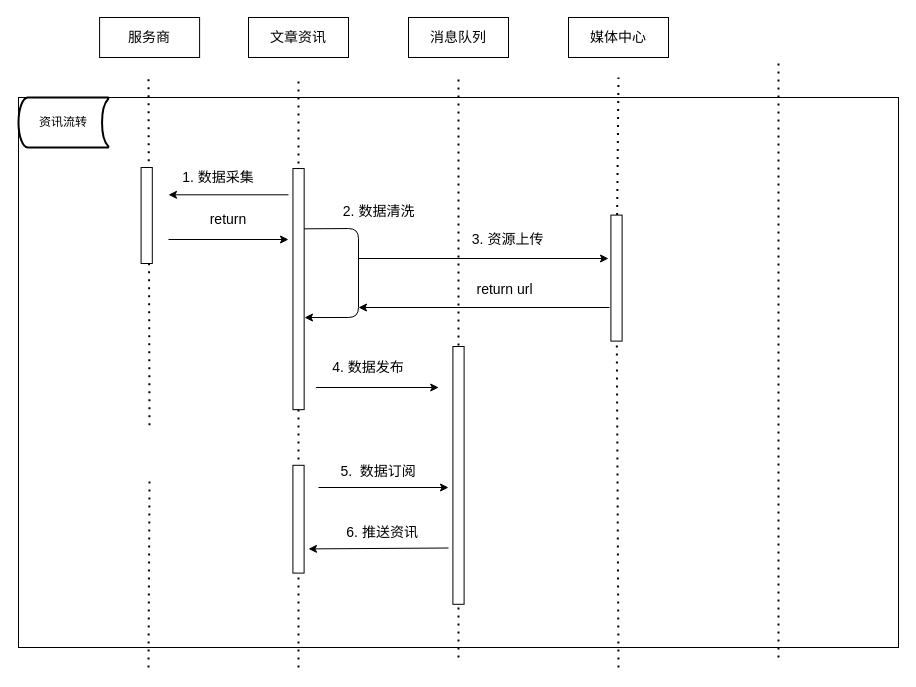
Earlier version of the draw.io diagram 资讯数据流转.drawio (JoinFyc/github-upload). Source tidied: cells renumbered, new cells numbered last; positions are measured from the earlier drawing's top-left corner, leaving out a move shared by most shapes. Both pictures are drawn from the tidied source at 100%, with x=0, y=0 at pixel (18, 17).
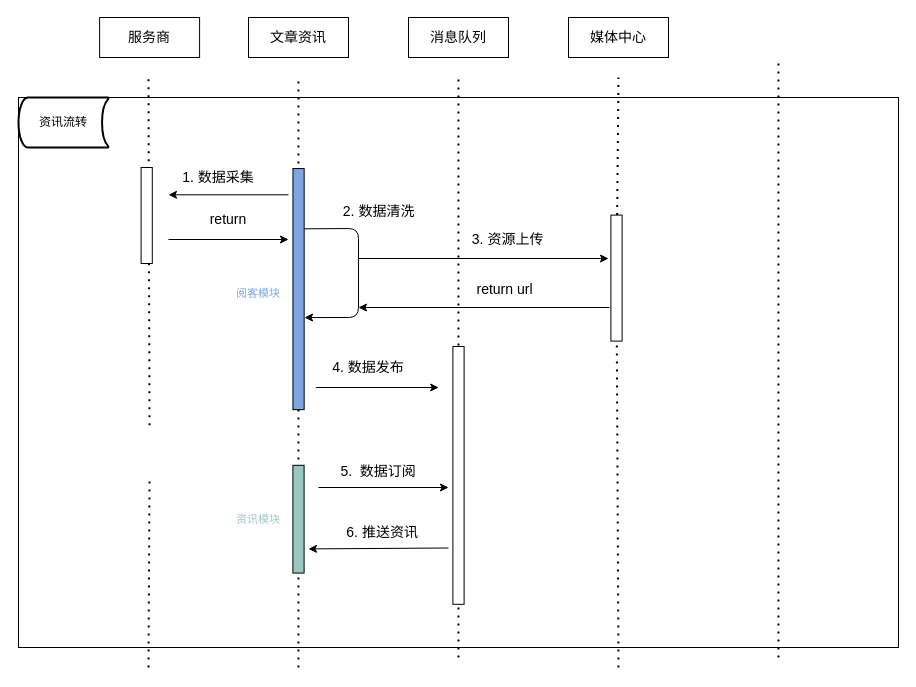
After the change.

Commit message (it also covers changes not shown here):
Update 资讯数据流转.drawio

Diff of the diagram source:
```diff
@@
-    <mxCell id="14" style="rounded=0;whiteSpace=wrap;html=1;rotation=-90;" parent="1" vertex="1">
+    <mxCell id="14" style="rounded=0;whiteSpace=wrap;html=1;rotation=-90;fillColor=#7EA6E0;" parent="1" vertex="1">
       <mxGeometry x="159.5" y="266" width="241.1" height="11.2" as="geometry" />
     </mxCell>
@@
-    <mxCell id="20" style="rounded=0;whiteSpace=wrap;html=1;rotation=-90;" parent="1" vertex="1">
+    <mxCell id="20" style="rounded=0;whiteSpace=wrap;html=1;rotation=-90;fillColor=#9AC7BF;" parent="1" vertex="1">
       <mxGeometry x="226.1" y="496.1" width="107.8" height="11.2" as="geometry" />
     </mxCell>
@@
+    <mxCell id="36" value="资讯模块" style="text;html=1;strokeColor=none;fillColor=none;align=center;verticalAlign=middle;whiteSpace=wrap;rounded=0;fontFamily=Helvetica;fontSize=11;fontColor=#9AC7BF;" parent="1" vertex="1">
+      <mxGeometry x="210" y="491.7" width="60" height="20" as="geometry" />
+    </mxCell>
+    <mxCell id="37" value="阅客模块" style="text;html=1;strokeColor=none;fillColor=none;align=center;verticalAlign=middle;whiteSpace=wrap;rounded=0;fontFamily=Helvetica;fontSize=11;fontColor=#7EA6E0;" parent="1" vertex="1">
+      <mxGeometry x="210" y="266.2" width="60" height="20" as="geometry" />
+    </mxCell>
```
